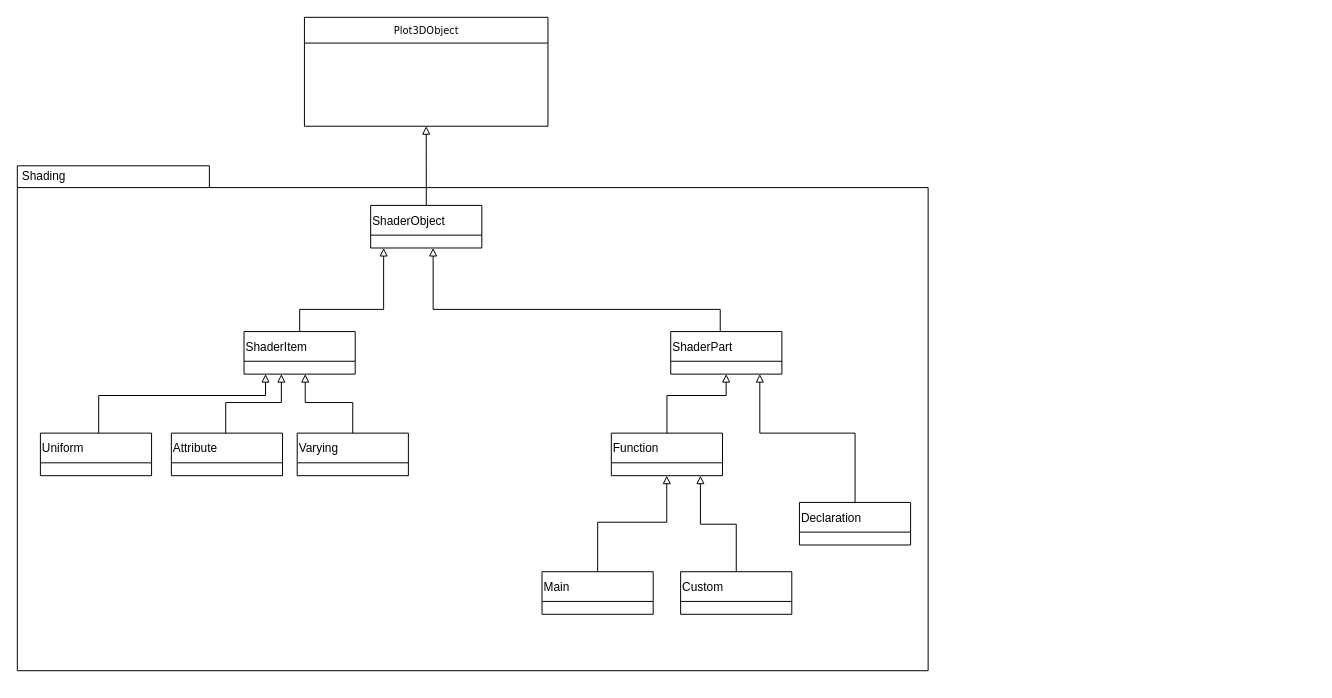
etk66296/Plot3D keeps this draw.io diagram as public/doc/shaderBuilderClasses.drawio. Above is the earlier version. Source tidied: cells renumbered, new cells numbered last; positions are measured from the earlier drawing's top-left corner, leaving out a move shared by most shapes. Both pictures are drawn from the tidied source at 99%, with x=0, y=0 at pixel (17, 17).
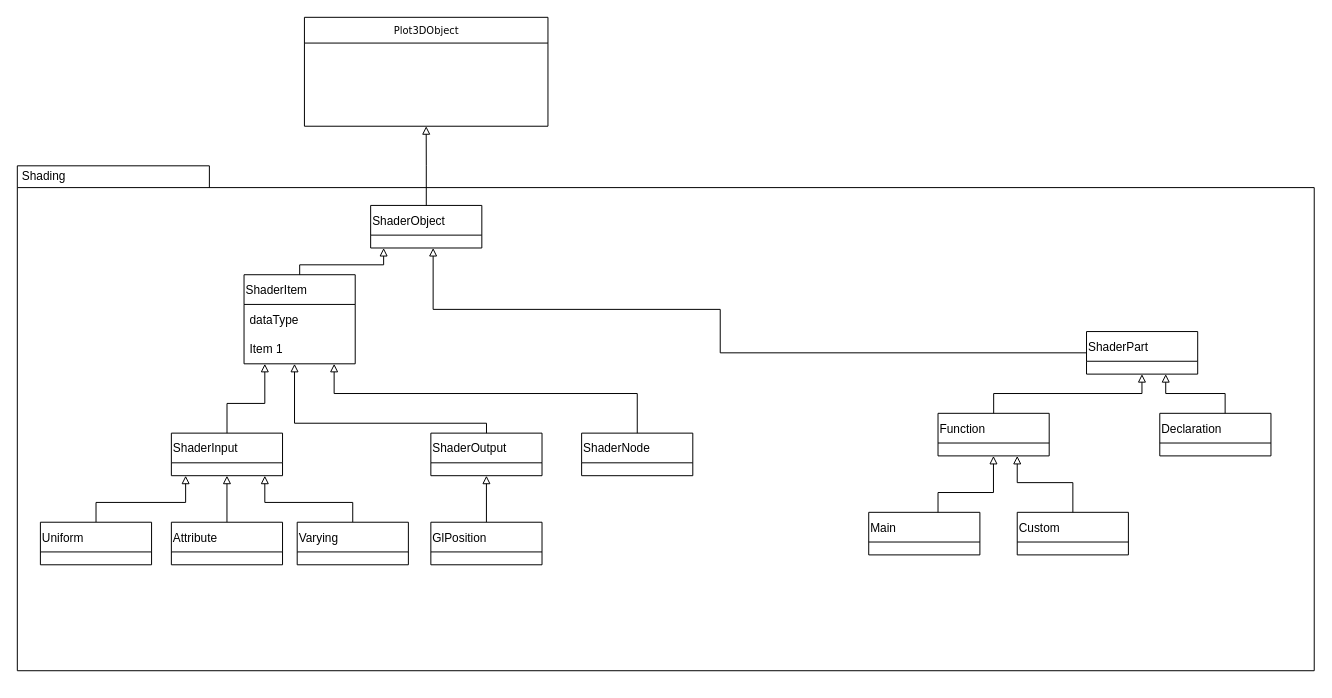
The same page after the edit.

Unchanged cells that the change refers to:
```xml
<mxCell id="5" value="ShaderObject" style="swimlane;fontStyle=0;horizontal=1;startSize=30;align=left;" parent="2" vertex="1">
  <mxGeometry x="356.9" y="40" width="112.3" height="43" as="geometry" />
</mxCell>
```

Diff of the diagram source:
```diff
@@
     <mxCell id="2" style="group;" parent="1" vertex="1">
-      <mxGeometry y="150" width="920" height="510" as="geometry" />
+      <mxGeometry y="150" width="1310" height="510" as="geometry" />
     </mxCell>
     <mxCell id="3" style="shape=folder;fontStyle=1;spacingTop=10;tabWidth=194;tabHeight=22;tabPosition=left;html=1;rounded=0;shadow=0;comic=0;labelBackgroundColor=none;strokeWidth=1;fillColor=none;fontFamily=Verdana;fontSize=10;align=center;" parent="2" vertex="1">
-      <mxGeometry width="920" height="510" as="geometry" />
+      <mxGeometry width="1310" height="510" as="geometry" />
     </mxCell>
@@
     <mxCell id="6" value="ShaderPart" style="swimlane;fontStyle=0;horizontal=1;startSize=30;align=left;" parent="2" vertex="1">
-      <mxGeometry x="660" y="167.4" width="112.3" height="43" as="geometry" />
+      <mxGeometry x="1080" y="167.4" width="112.3" height="43" as="geometry" />
     </mxCell>
@@
     <mxCell id="8" value="Declaration" style="swimlane;fontStyle=0;horizontal=1;startSize=30;align=left;" parent="2" vertex="1">
-      <mxGeometry x="790" y="340" width="112.3" height="43" as="geometry" />
+      <mxGeometry x="1154" y="250" width="112.3" height="43" as="geometry" />
     </mxCell>
     <mxCell id="9" style="edgeStyle=orthogonalEdgeStyle;rounded=0;jettySize=auto;html=1;endArrow=block;endFill=0;" parent="2" edge="1" source="8" target="6">
       <mxGeometry relative="1" as="geometry">
         <Array as="points">
-          <mxPoint x="846" y="270" />
-          <mxPoint x="750" y="270" />
+          <mxPoint x="1220" y="230" />
+          <mxPoint x="1160" y="230" />
         </Array>
       </mxGeometry>
     </mxCell>
     <mxCell id="10" value="Function" style="swimlane;fontStyle=0;horizontal=1;startSize=30;align=left;" parent="2" vertex="1">
-      <mxGeometry x="600" y="270" width="112.3" height="43" as="geometry" />
+      <mxGeometry x="930" y="250" width="112.3" height="43" as="geometry" />
     </mxCell>
     <mxCell id="11" style="edgeStyle=orthogonalEdgeStyle;rounded=0;jettySize=auto;html=1;endArrow=block;endFill=0;" parent="2" edge="1" source="10" target="6">
       <mxGeometry relative="1" as="geometry">
         <Array as="points">
-          <mxPoint x="656" y="232" />
-          <mxPoint x="716" y="232" />
+          <mxPoint x="986" y="230" />
+          <mxPoint x="1136" y="230" />
         </Array>
       </mxGeometry>
     </mxCell>
     <mxCell id="12" value="Custom" style="swimlane;fontStyle=0;horizontal=1;startSize=30;align=left;" parent="2" vertex="1">
-      <mxGeometry x="670" y="410" width="112.3" height="43" as="geometry" />
+      <mxGeometry x="1010" y="350" width="112.3" height="43" as="geometry" />
     </mxCell>
     <mxCell id="13" style="edgeStyle=orthogonalEdgeStyle;rounded=0;jettySize=auto;html=1;endArrow=block;endFill=0;" parent="2" edge="1" source="12" target="10">
       <mxGeometry relative="1" as="geometry">
         <Array as="points">
-          <mxPoint x="726" y="362" />
-          <mxPoint x="690" y="362" />
+          <mxPoint x="1066" y="320" />
+          <mxPoint x="1010" y="320" />
         </Array>
       </mxGeometry>
     </mxCell>
     <mxCell id="14" value="Main" style="swimlane;fontStyle=0;horizontal=1;startSize=30;align=left;" parent="2" vertex="1">
-      <mxGeometry x="530" y="410" width="112.3" height="43" as="geometry" />
+      <mxGeometry x="860" y="350" width="112.3" height="43" as="geometry" />
     </mxCell>
     <mxCell id="15" style="edgeStyle=orthogonalEdgeStyle;rounded=0;jettySize=auto;html=1;endArrow=block;endFill=0;" parent="2" edge="1" source="14" target="10">
       <mxGeometry relative="1" as="geometry">
         <Array as="points">
-          <mxPoint x="586" y="360" />
-          <mxPoint x="656" y="360" />
+          <mxPoint x="930" y="330" />
+          <mxPoint x="986" y="330" />
         </Array>
       </mxGeometry>
     </mxCell>
+    <mxCell id="27" style="edgeStyle=orthogonalEdgeStyle;rounded=0;jettySize=auto;html=1;endArrow=block;endFill=0;" parent="2" edge="1" source="16" target="33">
+      <mxGeometry relative="1" as="geometry">
+        <Array as="points">
+          <mxPoint x="80" y="340" />
+          <mxPoint x="170" y="340" />
+        </Array>
+      </mxGeometry>
+    </mxCell>
     <mxCell id="16" value="Uniform" style="swimlane;fontStyle=0;horizontal=1;startSize=30;align=left;" parent="2" vertex="1">
-      <mxGeometry x="23.3" y="270" width="112.3" height="43" as="geometry" />
+      <mxGeometry x="23.3" y="360" width="112.3" height="43" as="geometry" />
     </mxCell>
+    <mxCell id="28" style="edgeStyle=orthogonalEdgeStyle;rounded=0;jettySize=auto;html=1;endArrow=block;endFill=0;" parent="2" edge="1" source="17" target="33">
+      <mxGeometry relative="1" as="geometry" />
+    </mxCell>
     <mxCell id="17" value="Attribute" style="swimlane;fontStyle=0;horizontal=1;startSize=30;align=left;" parent="2" vertex="1">
-      <mxGeometry x="155.6" y="270" width="112.3" height="43" as="geometry" />
+      <mxGeometry x="155.6" y="360" width="112.3" height="43" as="geometry" />
     </mxCell>
+    <mxCell id="29" style="edgeStyle=orthogonalEdgeStyle;rounded=0;jettySize=auto;html=1;endArrow=block;endFill=0;" parent="2" edge="1" source="18" target="33">
+      <mxGeometry relative="1" as="geometry">
+        <Array as="points">
+          <mxPoint x="339" y="340" />
+          <mxPoint x="250" y="340" />
+        </Array>
+      </mxGeometry>
+    </mxCell>
     <mxCell id="18" value="Varying" style="swimlane;fontStyle=0;horizontal=1;startSize=30;align=left;" parent="2" vertex="1">
-      <mxGeometry x="282.7" y="270" width="112.3" height="43" as="geometry" />
+      <mxGeometry x="282.7" y="360" width="112.3" height="43" as="geometry" />
     </mxCell>
-    <mxCell id="19" style="group;" parent="1" vertex="1">
-      <mxGeometry x="10" y="260" width="742.3" height="410" as="geometry" />
-    </mxCell>
+    <mxCell id="30" value="ShaderOutput" style="swimlane;fontStyle=0;horizontal=1;startSize=30;align=left;" parent="2" vertex="1">
+      <mxGeometry x="417.7" y="270" width="112.3" height="43" as="geometry" />
+    </mxCell>
+    <mxCell id="31" style="edgeStyle=orthogonalEdgeStyle;rounded=0;jettySize=auto;html=1;endArrow=block;endFill=0;" parent="2" edge="1" source="32" target="30">
+      <mxGeometry relative="1" as="geometry" />
+    </mxCell>
+    <mxCell id="32" value="GlPosition" style="swimlane;fontStyle=0;horizontal=1;startSize=30;align=left;" parent="2" vertex="1">
+      <mxGeometry x="417.7" y="360" width="112.3" height="43" as="geometry" />
+    </mxCell>
+    <mxCell id="33" value="ShaderInput" style="swimlane;fontStyle=0;horizontal=1;startSize=30;align=left;" parent="2" vertex="1">
+      <mxGeometry x="155.6" y="270" width="112.3" height="43" as="geometry" />
+    </mxCell>
+    <mxCell id="34" value="ShaderNode" style="swimlane;fontStyle=0;horizontal=1;startSize=30;align=left;" parent="2" vertex="1">
+      <mxGeometry x="570" y="270" width="112.3" height="43" as="geometry" />
+    </mxCell>
-    <mxCell id="20" value="ShaderItem" style="swimlane;fontStyle=0;horizontal=1;startSize=30;align=left;" parent="19" vertex="1">
-      <mxGeometry x="219" y="57.4" width="112.3" height="43" as="geometry" />
+    <mxCell id="20" value="ShaderItem" style="swimlane;fontStyle=0;horizontal=1;startSize=30;align=left;" parent="2" vertex="1">
+      <mxGeometry x="229" y="110" width="112.3" height="90" as="geometry" />
     </mxCell>
+    <mxCell id="35" value="dataType" style="text;strokeColor=none;fillColor=none;align=left;verticalAlign=middle;spacingLeft=4;spacingRight=4;overflow=hidden;" parent="20" vertex="1">
+      <mxGeometry y="30" width="112.3" height="30" as="geometry" />
+    </mxCell>
+    <mxCell id="36" value="Item 1" style="text;strokeColor=none;fillColor=none;align=left;verticalAlign=middle;spacingLeft=4;spacingRight=4;overflow=hidden;" parent="20" vertex="1">
+      <mxGeometry y="60" width="112.3" height="30" as="geometry" />
+    </mxCell>
+    <mxCell id="22" style="edgeStyle=orthogonalEdgeStyle;rounded=0;jettySize=auto;html=1;endArrow=block;endFill=0;" parent="2" edge="1" source="20" target="5">
+      <mxGeometry relative="1" as="geometry">
+        <Array as="points">
+          <mxPoint x="285" y="100" />
+          <mxPoint x="370" y="100" />
+        </Array>
+      </mxGeometry>
+    </mxCell>
+    <mxCell id="37" style="edgeStyle=orthogonalEdgeStyle;rounded=0;jettySize=auto;html=1;endArrow=block;endFill=0;" parent="2" edge="1" source="30" target="20">
+      <mxGeometry relative="1" as="geometry">
+        <Array as="points">
+          <mxPoint x="474" y="260" />
+          <mxPoint x="280" y="260" />
+        </Array>
+      </mxGeometry>
+    </mxCell>
+    <mxCell id="38" style="edgeStyle=orthogonalEdgeStyle;rounded=0;jettySize=auto;html=1;endArrow=block;endFill=0;" parent="2" edge="1" source="33" target="20">
+      <mxGeometry relative="1" as="geometry">
+        <Array as="points">
+          <mxPoint x="212" y="240" />
+          <mxPoint x="250" y="240" />
+        </Array>
+      </mxGeometry>
+    </mxCell>
+    <mxCell id="39" style="edgeStyle=orthogonalEdgeStyle;rounded=0;jettySize=auto;html=1;endArrow=block;endFill=0;" parent="2" edge="1" source="34" target="20">
+      <mxGeometry relative="1" as="geometry">
+        <Array as="points">
+          <mxPoint x="626" y="230" />
+          <mxPoint x="320" y="230" />
+        </Array>
+      </mxGeometry>
+    </mxCell>
@@
-    <mxCell id="22" style="edgeStyle=orthogonalEdgeStyle;rounded=0;jettySize=auto;html=1;endArrow=block;endFill=0;" parent="1" edge="1" source="20" target="5">
-      <mxGeometry relative="1" as="geometry">
-        <Array as="points">
-          <mxPoint x="285" y="295" />
-          <mxPoint x="370" y="295" />
-        </Array>
-      </mxGeometry>
-    </mxCell>
@@
-    <mxCell id="24" style="edgeStyle=orthogonalEdgeStyle;rounded=0;jettySize=auto;html=1;endArrow=block;endFill=0;" parent="1" edge="1" source="16" target="20">
-      <mxGeometry relative="1" as="geometry">
-        <Array as="points">
-          <mxPoint x="82.2" y="382" />
-          <mxPoint x="250.7" y="382" />
-        </Array>
-      </mxGeometry>
-    </mxCell>
-    <mxCell id="25" style="edgeStyle=orthogonalEdgeStyle;rounded=0;jettySize=auto;html=1;endArrow=block;endFill=0;" parent="1" edge="1" source="17" target="20">
-      <mxGeometry relative="1" as="geometry">
-        <Array as="points">
-          <mxPoint x="210.5" y="389.1" />
-          <mxPoint x="266.7" y="389.1" />
-        </Array>
-      </mxGeometry>
-    </mxCell>
-    <mxCell id="26" style="edgeStyle=orthogonalEdgeStyle;rounded=0;jettySize=auto;html=1;endArrow=block;endFill=0;" parent="1" edge="1" source="18" target="20">
-      <mxGeometry relative="1" as="geometry">
-        <Array as="points">
-          <mxPoint x="338.9" y="389.1" />
-          <mxPoint x="290.8" y="389.1" />
-        </Array>
-      </mxGeometry>
-    </mxCell>
```
